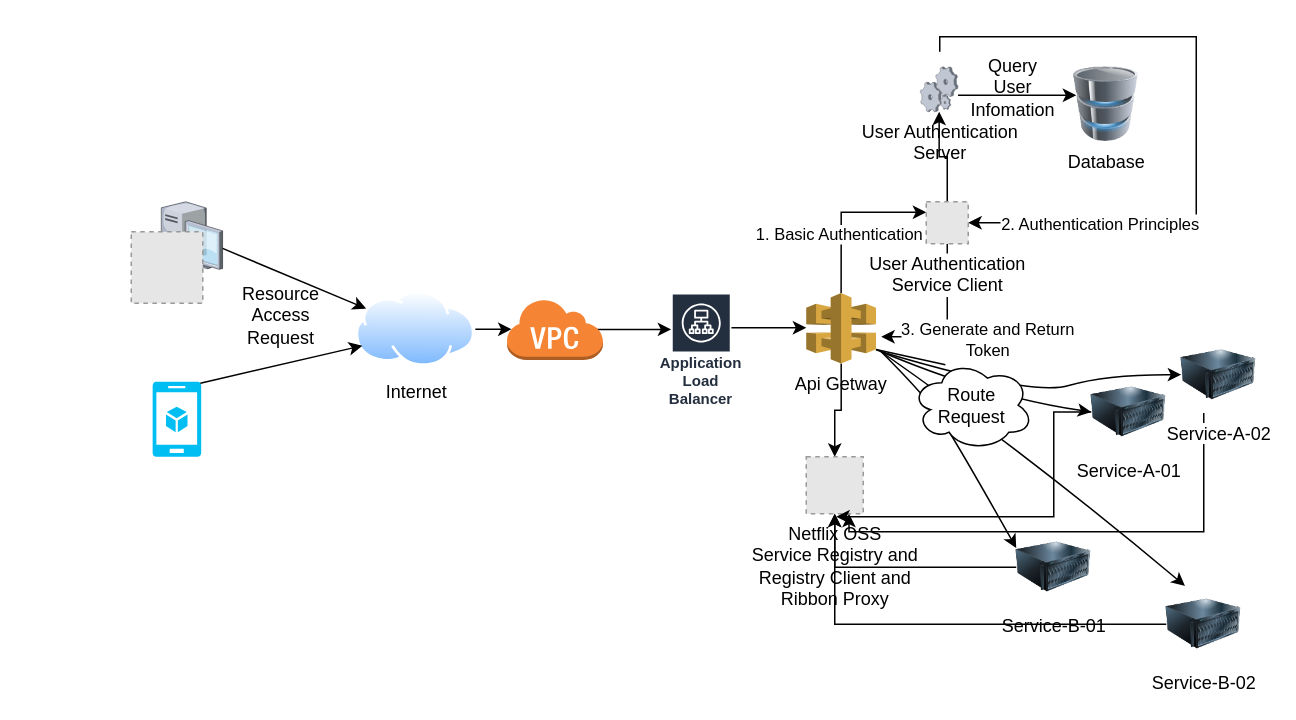
This is UserAuthenticationAuthorizationFlow.drawio from rishant/system-design-architecture, a draw.io file, before an edit. Source tidied: cells renumbered, new cells numbered last; positions are measured from the earlier drawing's top-left corner, leaving out a move shared by most shapes. Both pictures are drawn from the tidied source at 150%, with x=0, y=0 at pixel (130, 36). Pictures stored in the file or linked from it are replaced by grey dashed boxes.
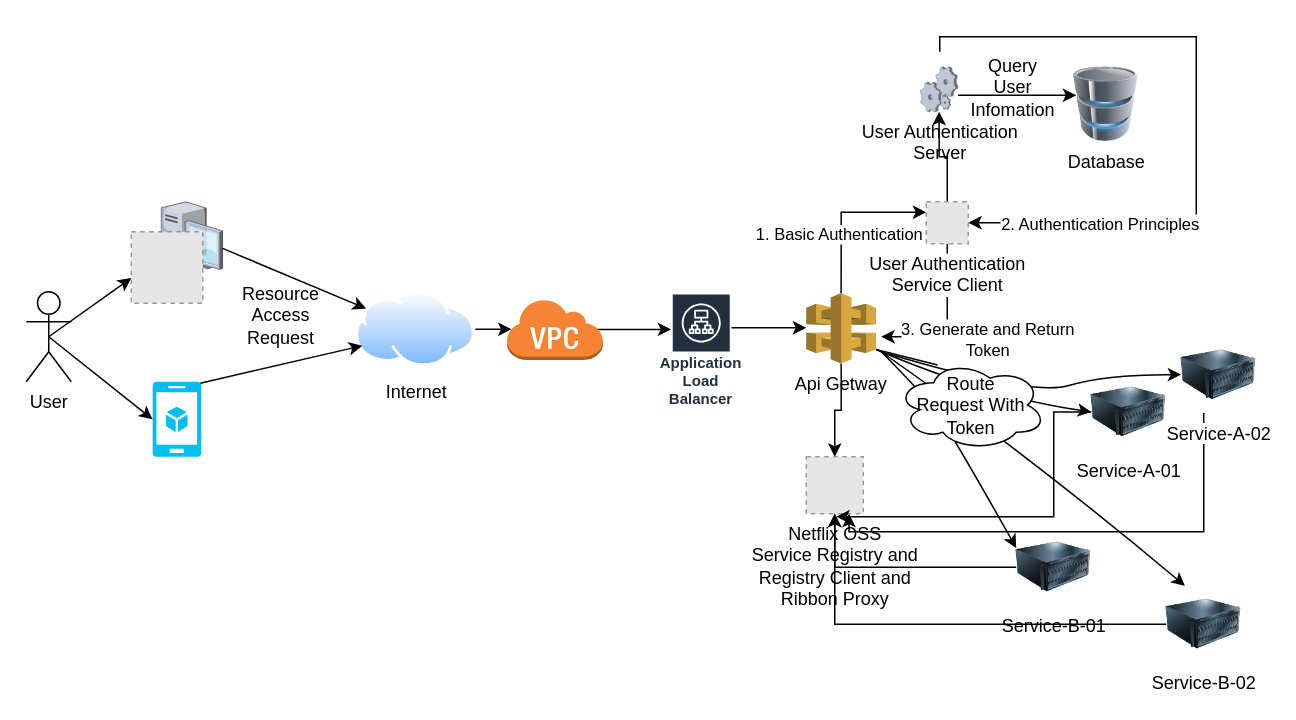
After the change.

Unchanged cells that the change refers to:
```xml
<mxCell id="2" style="verticalLabelPosition=bottom;html=1;verticalAlign=top;align=center;strokeColor=none;fillColor=#00BEF2;shape=mxgraph.azure.mobile_services;" parent="1" vertex="1">
  <mxGeometry x="14.2" y="230" width="32.5" height="50" as="geometry" />
</mxCell>
```

Diff of the diagram source:
```diff
@@
-    <mxCell id="42" value="&lt;div&gt;Route&lt;/div&gt;&lt;div&gt;Request&lt;br&gt;&lt;/div&gt;" style="ellipse;shape=cloud;whiteSpace=wrap;html=1;" parent="1" vertex="1">
-      <mxGeometry x="520" y="215.6" width="81.4" height="60" as="geometry" />
+    <mxCell id="42" value="&lt;div&gt;Route&lt;/div&gt;&lt;div&gt;Request With Token&lt;/div&gt;" style="ellipse;shape=cloud;whiteSpace=wrap;html=1;" parent="1" vertex="1">
+      <mxGeometry x="510" y="215.6" width="100" height="60" as="geometry" />
     </mxCell>
@@
+    <mxCell id="44" value="User" style="shape=umlActor;verticalLabelPosition=bottom;verticalAlign=top;html=1;outlineConnect=0;" parent="1" vertex="1">
+      <mxGeometry x="-70" y="170" width="30" height="60" as="geometry" />
+    </mxCell>
+    <mxCell id="45" style="endArrow=classic;html=1;rounded=0;exitX=0.5;exitY=0.5;exitDx=0;exitDy=0;exitPerimeter=0;" parent="1" edge="1" source="44">
+      <mxGeometry relative="1" as="geometry">
+        <mxPoint y="160.9" as="targetPoint" />
+      </mxGeometry>
+    </mxCell>
+    <mxCell id="46" style="endArrow=classic;html=1;rounded=0;exitX=0.5;exitY=0.5;exitDx=0;exitDy=0;exitPerimeter=0;entryX=0;entryY=0.5;entryDx=0;entryDy=0;entryPerimeter=0;" parent="1" edge="1" source="44" target="2">
+      <mxGeometry relative="1" as="geometry" />
+    </mxCell>
```
